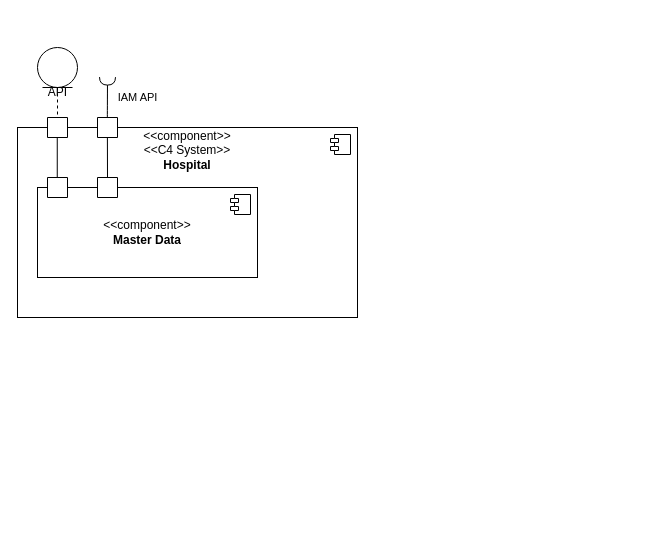
Before: docs/geral/views/level-2/logic/vista_logica.drawio in andredsferreira/p5sem-3dj-g59, a draw.io diagram. Source tidied: cells renumbered, new cells numbered last; positions are measured from the earlier drawing's top-left corner, leaving out a move shared by most shapes. Both pictures are drawn from the tidied source at 100%, with x=0, y=0 at pixel (17, 47).
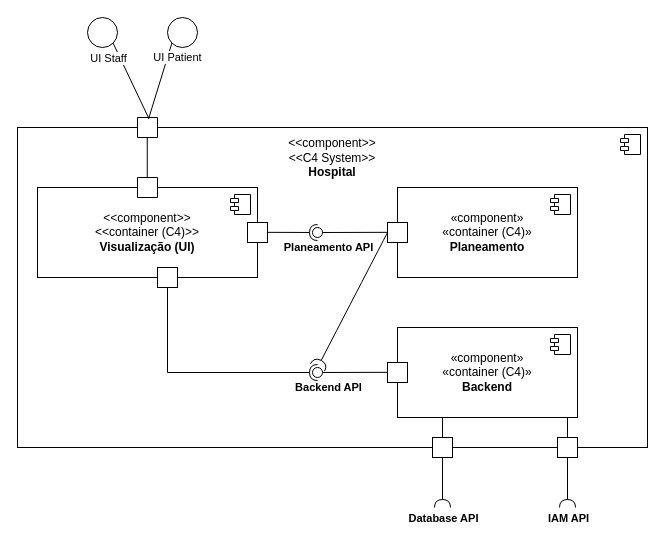
The same diagram, later.

Change to the diagram source:
```diff
@@
-    <mxCell id="2" value="&amp;lt;&amp;lt;component&amp;gt;&amp;gt;&lt;div&gt;&amp;lt;&amp;lt;C4 System&amp;gt;&amp;gt;&lt;br&gt;&lt;b&gt;Hospital&lt;/b&gt;&lt;/div&gt;&lt;div&gt;&lt;b&gt;&lt;br&gt;&lt;/b&gt;&lt;/div&gt;&lt;div&gt;&lt;b&gt;&lt;br&gt;&lt;/b&gt;&lt;/div&gt;&lt;div&gt;&lt;b&gt;&lt;br&gt;&lt;/b&gt;&lt;/div&gt;&lt;div&gt;&lt;b&gt;&lt;br&gt;&lt;/b&gt;&lt;/div&gt;&lt;div&gt;&lt;b&gt;&lt;br&gt;&lt;/b&gt;&lt;/div&gt;&lt;div&gt;&lt;b&gt;&lt;br&gt;&lt;/b&gt;&lt;/div&gt;&lt;div&gt;&lt;b&gt;&lt;br&gt;&lt;/b&gt;&lt;/div&gt;&lt;div&gt;&lt;b&gt;&lt;br&gt;&lt;/b&gt;&lt;/div&gt;&lt;div&gt;&lt;b&gt;&lt;br&gt;&lt;/b&gt;&lt;/div&gt;&lt;div&gt;&lt;b&gt;&lt;br&gt;&lt;/b&gt;&lt;/div&gt;" style="html=1;whiteSpace=wrap;" parent="1" vertex="1">
-      <mxGeometry y="80" width="340" height="190" as="geometry" />
+    <mxCell id="2" value="&amp;lt;&amp;lt;component&amp;gt;&amp;gt;&lt;div&gt;&amp;lt;&amp;lt;C4 System&amp;gt;&amp;gt;&lt;br&gt;&lt;b&gt;Hospital&lt;/b&gt;&lt;/div&gt;&lt;div&gt;&lt;b&gt;&lt;br&gt;&lt;/b&gt;&lt;/div&gt;&lt;div&gt;&lt;b&gt;&lt;br&gt;&lt;/b&gt;&lt;/div&gt;&lt;div&gt;&lt;b&gt;&lt;br&gt;&lt;/b&gt;&lt;/div&gt;&lt;div&gt;&lt;b&gt;&lt;br&gt;&lt;/b&gt;&lt;/div&gt;&lt;div&gt;&lt;b&gt;&lt;br&gt;&lt;/b&gt;&lt;/div&gt;&lt;div&gt;&lt;b&gt;&lt;br&gt;&lt;/b&gt;&lt;/div&gt;&lt;div&gt;&lt;b&gt;&lt;br&gt;&lt;/b&gt;&lt;/div&gt;&lt;div&gt;&lt;b&gt;&lt;br&gt;&lt;/b&gt;&lt;/div&gt;&lt;div&gt;&lt;b&gt;&lt;br&gt;&lt;/b&gt;&lt;/div&gt;&lt;div&gt;&lt;b&gt;&lt;br&gt;&lt;/b&gt;&lt;/div&gt;&lt;div&gt;&lt;b&gt;&lt;br&gt;&lt;/b&gt;&lt;/div&gt;&lt;div&gt;&lt;b&gt;&lt;br&gt;&lt;/b&gt;&lt;/div&gt;&lt;div&gt;&lt;b&gt;&lt;br&gt;&lt;/b&gt;&lt;/div&gt;&lt;div&gt;&lt;b&gt;&lt;br&gt;&lt;/b&gt;&lt;/div&gt;&lt;div&gt;&lt;b&gt;&lt;br&gt;&lt;/b&gt;&lt;/div&gt;&lt;div&gt;&lt;b&gt;&lt;br&gt;&lt;/b&gt;&lt;/div&gt;&lt;div&gt;&lt;b&gt;&lt;br&gt;&lt;/b&gt;&lt;/div&gt;&lt;div&gt;&lt;b&gt;&lt;br&gt;&lt;/b&gt;&lt;/div&gt;" style="html=1;whiteSpace=wrap;" parent="1" vertex="1">
+      <mxGeometry y="80" width="630" height="320" as="geometry" />
     </mxCell>
@@
-    <mxCell id="4" style="shape=umlLifeline;perimeter=lifelinePerimeter;whiteSpace=wrap;html=1;newEdgeStyle={&quot;curved&quot;:0,&quot;rounded&quot;:0};participant=umlEntity;" parent="1" vertex="1">
-      <mxGeometry x="20" width="40" height="80" as="geometry" />
-    </mxCell>
-    <mxCell id="5" value="API" style="text;html=1;align=center;verticalAlign=middle;strokeColor=none;fillColor=none;" parent="1" vertex="1">
-      <mxGeometry x="20" y="30" width="40" height="30" as="geometry" />
-    </mxCell>
     <mxCell id="6" style="verticalLabelPosition=bottom;verticalAlign=top;html=1;shape=mxgraph.basic.rect;fillColor2=none;strokeWidth=1;size=20;indent=5;" parent="1" vertex="1">
-      <mxGeometry x="30" y="70" width="20" height="20" as="geometry" />
+      <mxGeometry x="120" y="70" width="20" height="20" as="geometry" />
     </mxCell>
-    <mxCell id="7" value="&amp;lt;&amp;lt;component&amp;gt;&amp;gt;&lt;div&gt;&lt;b&gt;Master Data&lt;/b&gt;&lt;/div&gt;" style="html=1;whiteSpace=wrap;" parent="1" vertex="1">
+    <mxCell id="7" value="&amp;lt;&amp;lt;component&amp;gt;&amp;gt;&lt;div&gt;&amp;lt;&amp;lt;container (C4)&amp;gt;&amp;gt;&lt;br&gt;&lt;div&gt;&lt;b&gt;Visualização (UI)&lt;/b&gt;&lt;/div&gt;&lt;/div&gt;" style="html=1;whiteSpace=wrap;" parent="1" vertex="1">
       <mxGeometry x="20" y="140" width="220" height="90" as="geometry" />
     </mxCell>
@@
     <mxCell id="9" style="verticalLabelPosition=bottom;verticalAlign=top;html=1;shape=mxgraph.basic.rect;fillColor2=none;strokeWidth=1;size=20;indent=5;" parent="1" vertex="1">
-      <mxGeometry x="30" y="130" width="20" height="20" as="geometry" />
+      <mxGeometry x="120" y="130" width="20" height="20" as="geometry" />
     </mxCell>
@@
-    <mxCell id="11" style="rounded=0;jettySize=auto;html=1;endArrow=halfCircle;endFill=0;endSize=6;strokeWidth=1;sketch=0;fontSize=12;curved=1;exitX=0.492;exitY=0.078;exitDx=0;exitDy=0;exitPerimeter=0;" parent="1" edge="1" source="14">
-      <mxGeometry relative="1" as="geometry">
-        <mxPoint x="90" y="29.6" as="targetPoint" />
-      </mxGeometry>
-    </mxCell>
+    <mxCell id="13" style="ellipse;whiteSpace=wrap;html=1;align=center;fillColor=none;strokeColor=none;perimeter=centerPerimeter;" parent="1" vertex="1">
+      <mxGeometry x="150" y="190" width="10" height="10" as="geometry" />
+    </mxCell>
+    <mxCell id="17" style="ellipse;whiteSpace=wrap;html=1;" parent="1" vertex="1">
+      <mxGeometry x="70" y="-30" width="30" height="30" as="geometry" />
+    </mxCell>
+    <mxCell id="18" style="ellipse;whiteSpace=wrap;html=1;" parent="1" vertex="1">
+      <mxGeometry x="150" y="-30" width="30" height="30" as="geometry" />
+    </mxCell>
+    <mxCell id="19" style="endArrow=none;html=1;rounded=0;entryX=1;entryY=1;entryDx=0;entryDy=0;exitX=0.55;exitY=0.011;exitDx=0;exitDy=0;exitPerimeter=0;" parent="1" edge="1" source="6" target="17">
+      <mxGeometry relative="1" as="geometry" />
+    </mxCell>
+    <mxCell id="20" value="UI Staff" style="edgeLabel;html=1;align=center;verticalAlign=middle;" parent="19" vertex="1">
+      <mxGeometry x="0.73" y="1" relative="1" as="geometry">
+        <mxPoint x="-9" y="4" as="offset" />
+      </mxGeometry>
+    </mxCell>
+    <mxCell id="21" style="endArrow=none;html=1;rounded=0;entryX=0;entryY=1;entryDx=0;entryDy=0;exitX=0.55;exitY=0.078;exitDx=0;exitDy=0;exitPerimeter=0;" parent="1" edge="1" source="6" target="18">
+      <mxGeometry relative="1" as="geometry" />
+    </mxCell>
+    <mxCell id="22" value="UI Patient" style="edgeLabel;html=1;align=center;verticalAlign=middle;" parent="21" vertex="1">
+      <mxGeometry x="0.6" y="2" relative="1" as="geometry">
+        <mxPoint x="12" as="offset" />
+      </mxGeometry>
+    </mxCell>
+    <mxCell id="23" value="«component»&lt;div&gt;«container (C4)»&lt;br&gt;&lt;b&gt;Planeamento&lt;/b&gt;&lt;/div&gt;" style="html=1;whiteSpace=wrap;" parent="1" vertex="1">
+      <mxGeometry x="380" y="140" width="180" height="90" as="geometry" />
+    </mxCell>
+    <mxCell id="24" style="shape=module;jettyWidth=8;jettyHeight=4;" parent="23" vertex="1">
+      <mxGeometry x="1" width="20" height="20" relative="1" as="geometry">
+        <mxPoint x="-27" y="7" as="offset" />
+      </mxGeometry>
+    </mxCell>
+    <mxCell id="25" value="«component»&lt;div&gt;«container (C4)»&lt;br&gt;&lt;b&gt;Backend&lt;/b&gt;&lt;/div&gt;" style="html=1;whiteSpace=wrap;" parent="1" vertex="1">
+      <mxGeometry x="380" y="280" width="180" height="90" as="geometry" />
+    </mxCell>
+    <mxCell id="26" style="shape=module;jettyWidth=8;jettyHeight=4;" parent="25" vertex="1">
+      <mxGeometry x="1" width="20" height="20" relative="1" as="geometry">
+        <mxPoint x="-27" y="7" as="offset" />
+      </mxGeometry>
+    </mxCell>
+    <mxCell id="27" style="rounded=0;orthogonalLoop=1;jettySize=auto;html=1;endArrow=halfCircle;endFill=0;endSize=6;strokeWidth=1;sketch=0;" parent="1" edge="1">
+      <mxGeometry relative="1" as="geometry">
+        <mxPoint x="240" y="184.8" as="sourcePoint" />
+        <mxPoint x="300" y="185" as="targetPoint" />
+      </mxGeometry>
+    </mxCell>
+    <mxCell id="28" style="rounded=0;orthogonalLoop=1;jettySize=auto;html=1;endArrow=oval;endFill=0;sketch=0;sourcePerimeterSpacing=0;targetPerimeterSpacing=0;endSize=10;" parent="1" edge="1">
+      <mxGeometry relative="1" as="geometry">
+        <mxPoint x="380" y="184.8" as="sourcePoint" />
+        <mxPoint x="300" y="185" as="targetPoint" />
+      </mxGeometry>
+    </mxCell>
+    <mxCell id="29" value="&lt;b&gt;Planeamento API&lt;/b&gt;" style="edgeLabel;html=1;align=center;verticalAlign=middle;" parent="28" vertex="1">
+      <mxGeometry x="0.75" relative="1" as="geometry">
+        <mxPoint y="15" as="offset" />
+      </mxGeometry>
+    </mxCell>
+    <mxCell id="30" style="ellipse;whiteSpace=wrap;html=1;align=center;fillColor=none;strokeColor=none;perimeter=centerPerimeter;" parent="1" vertex="1">
+      <mxGeometry x="325" y="220" width="10" height="10" as="geometry" />
+    </mxCell>
+    <mxCell id="31" style="rounded=0;whiteSpace=wrap;html=1;" parent="1" vertex="1">
+      <mxGeometry x="230" y="175" width="20" height="20" as="geometry" />
+    </mxCell>
+    <mxCell id="32" style="rounded=0;whiteSpace=wrap;html=1;" parent="1" vertex="1">
+      <mxGeometry x="370" y="175" width="20" height="20" as="geometry" />
+    </mxCell>
+    <mxCell id="33" style="rounded=0;jettySize=auto;html=1;endArrow=halfCircle;endFill=0;endSize=6;strokeWidth=1;sketch=0;exitX=0.5;exitY=1;exitDx=0;exitDy=0;" parent="1" edge="1" source="36">
+      <mxGeometry relative="1" as="geometry">
+        <mxPoint x="300" y="325" as="targetPoint" />
+        <Array as="points">
+          <mxPoint x="150" y="325" />
+        </Array>
+      </mxGeometry>
+    </mxCell>
+    <mxCell id="34" style="rounded=0;orthogonalLoop=1;jettySize=auto;html=1;endArrow=oval;endFill=0;sketch=0;sourcePerimeterSpacing=0;targetPerimeterSpacing=0;endSize=10;" parent="1" edge="1">
+      <mxGeometry relative="1" as="geometry">
+        <mxPoint x="380" y="324.8" as="sourcePoint" />
+        <mxPoint x="300" y="325" as="targetPoint" />
+      </mxGeometry>
+    </mxCell>
+    <mxCell id="35" value="&lt;b&gt;Backend API&lt;/b&gt;" style="edgeLabel;html=1;align=center;verticalAlign=middle;" parent="34" vertex="1">
+      <mxGeometry x="0.75" relative="1" as="geometry">
+        <mxPoint y="15" as="offset" />
+      </mxGeometry>
+    </mxCell>
+    <mxCell id="36" style="rounded=0;whiteSpace=wrap;html=1;" parent="1" vertex="1">
+      <mxGeometry x="140" y="220" width="20" height="20" as="geometry" />
+    </mxCell>
+    <mxCell id="37" style="rounded=0;whiteSpace=wrap;html=1;" parent="1" vertex="1">
+      <mxGeometry x="370" y="315" width="20" height="20" as="geometry" />
+    </mxCell>
+    <mxCell id="38" style="rounded=0;jettySize=auto;html=1;endArrow=halfCircle;endFill=0;endSize=6;strokeWidth=1;sketch=0;exitX=0.5;exitY=1;exitDx=0;exitDy=0;" parent="1" edge="1" source="41">
+      <mxGeometry relative="1" as="geometry">
+        <mxPoint x="425" y="460" as="targetPoint" />
+      </mxGeometry>
+    </mxCell>
+    <mxCell id="39" value="&lt;b&gt;Database API&lt;/b&gt;" style="edgeLabel;html=1;align=center;verticalAlign=middle;" parent="38" vertex="1">
+      <mxGeometry x="0.35" relative="1" as="geometry">
+        <mxPoint y="26" as="offset" />
+      </mxGeometry>
+    </mxCell>
+    <mxCell id="40" style="ellipse;whiteSpace=wrap;html=1;align=center;fillColor=none;strokeColor=none;perimeter=centerPerimeter;" parent="1" vertex="1">
+      <mxGeometry x="425" y="420" width="10" height="10" as="geometry" />
+    </mxCell>
+    <mxCell id="41" style="rounded=0;whiteSpace=wrap;html=1;" parent="1" vertex="1">
+      <mxGeometry x="415" y="390" width="20" height="20" as="geometry" />
+    </mxCell>
+    <mxCell id="42" style="endArrow=none;html=1;rounded=0;entryX=0.5;entryY=1;entryDx=0;entryDy=0;exitX=0.5;exitY=0;exitDx=0;exitDy=0;" parent="1" edge="1" source="41">
+      <mxGeometry relative="1" as="geometry">
+        <mxPoint x="425" y="370" as="targetPoint" />
+      </mxGeometry>
+    </mxCell>
+    <mxCell id="43" style="rounded=0;jettySize=auto;html=1;endArrow=halfCircle;endFill=0;endSize=6;strokeWidth=1;sketch=0;exitX=0.5;exitY=1;exitDx=0;exitDy=0;" parent="1" edge="1" source="44">
+      <mxGeometry relative="1" as="geometry">
+        <mxPoint x="550" y="460" as="targetPoint" />
+      </mxGeometry>
+    </mxCell>
-    <mxCell id="12" value="IAM API" style="edgeLabel;html=1;align=center;verticalAlign=middle;" parent="11" vertex="1">
-      <mxGeometry x="0.43" y="-1" relative="1" as="geometry">
-        <mxPoint x="29" y="8" as="offset" />
+    <mxCell id="12" value="&lt;b&gt;IAM API&lt;/b&gt;" style="edgeLabel;html=1;align=center;verticalAlign=middle;" parent="43" vertex="1">
+      <mxGeometry x="0.35" relative="1" as="geometry">
+        <mxPoint y="26" as="offset" />
       </mxGeometry>
     </mxCell>
-    <mxCell id="13" style="ellipse;whiteSpace=wrap;html=1;align=center;fillColor=none;strokeColor=none;perimeter=centerPerimeter;" parent="1" vertex="1">
-      <mxGeometry x="150" y="190" width="10" height="10" as="geometry" />
-    </mxCell>
-    <mxCell id="14" style="verticalLabelPosition=bottom;verticalAlign=top;html=1;shape=mxgraph.basic.rect;fillColor2=none;strokeWidth=1;size=20;indent=5;" parent="1" vertex="1">
-      <mxGeometry x="80" y="70" width="20" height="20" as="geometry" />
-    </mxCell>
-    <mxCell id="15" style="verticalLabelPosition=bottom;verticalAlign=top;html=1;shape=mxgraph.basic.rect;fillColor2=none;strokeWidth=1;size=20;indent=5;" parent="1" vertex="1">
-      <mxGeometry x="80" y="130" width="20" height="20" as="geometry" />
-    </mxCell>
-    <mxCell id="16" style="endArrow=none;html=1;rounded=0;entryX=0.488;entryY=1.026;entryDx=0;entryDy=0;entryPerimeter=0;" parent="1" edge="1">
-      <mxGeometry relative="1" as="geometry">
-        <mxPoint x="90" y="130" as="sourcePoint" />
-        <mxPoint x="89.9" y="90" as="targetPoint" />
-      </mxGeometry>
-    </mxCell>
+    <mxCell id="44" style="rounded=0;whiteSpace=wrap;html=1;" parent="1" vertex="1">
+      <mxGeometry x="540" y="390" width="20" height="20" as="geometry" />
+    </mxCell>
+    <mxCell id="45" style="endArrow=none;html=1;rounded=0;entryX=0.5;entryY=1;entryDx=0;entryDy=0;exitX=0.5;exitY=0;exitDx=0;exitDy=0;" parent="1" edge="1" source="44">
+      <mxGeometry relative="1" as="geometry">
+        <mxPoint x="550" y="370" as="targetPoint" />
+      </mxGeometry>
+    </mxCell>
+    <mxCell id="46" style="rounded=0;jettySize=auto;html=1;endArrow=halfCircle;endFill=0;endSize=6;strokeWidth=1;sketch=0;fontSize=12;curved=1;exitX=0;exitY=0.5;exitDx=0;exitDy=0;" parent="1" edge="1" source="32">
+      <mxGeometry relative="1" as="geometry">
+        <mxPoint x="300" y="320" as="targetPoint" />
+      </mxGeometry>
+    </mxCell>
+    <mxCell id="47" style="ellipse;whiteSpace=wrap;html=1;align=center;fillColor=none;strokeColor=none;perimeter=centerPerimeter;" parent="1" vertex="1">
+      <mxGeometry x="350" y="330" width="10" height="10" as="geometry" />
+    </mxCell>
```
